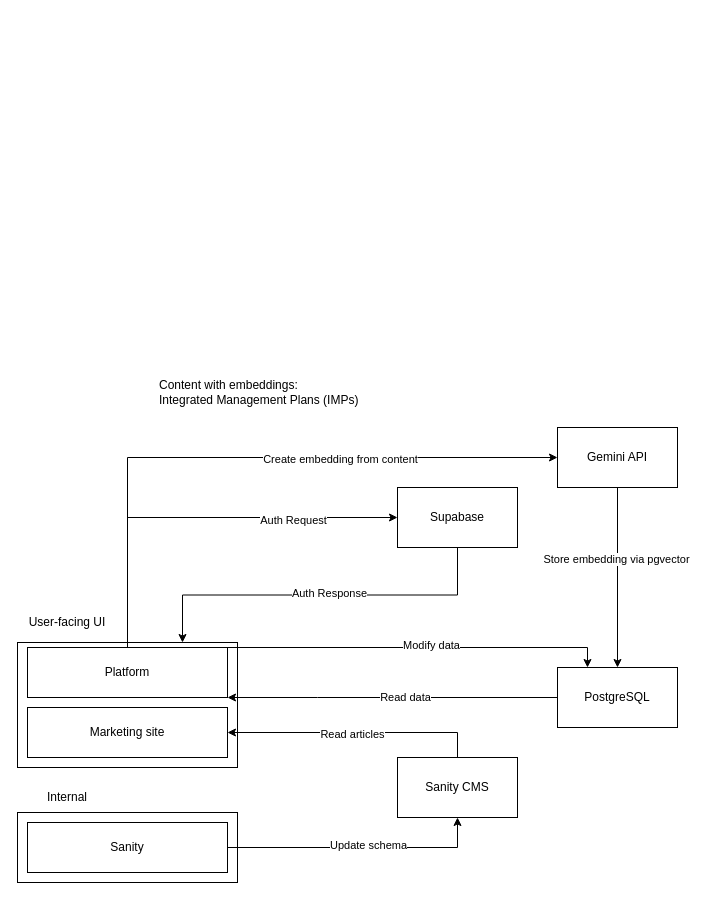
Before: diagrams/architecture.drawio in toddagriscience/nightcrawler, a draw.io diagram. Source tidied: cells renumbered, new cells numbered last; positions are measured from the earlier drawing's top-left corner, leaving out a move shared by most shapes. Both pictures are drawn from the tidied source at 100%, with x=0, y=0 at pixel (17, 377).
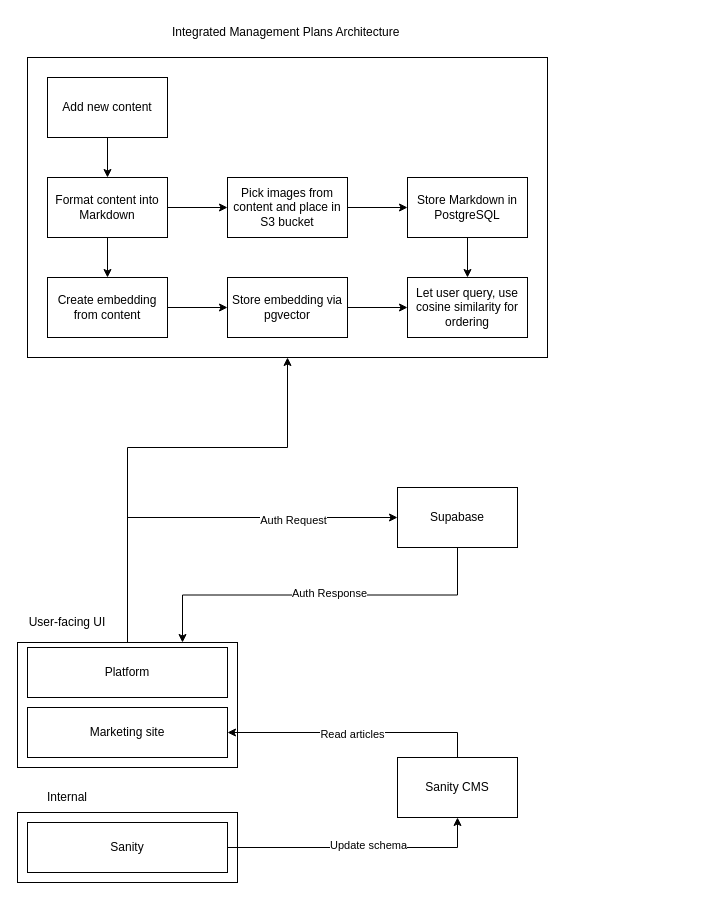
Above is the later version.

Commit message:
chore: updated architecture diagram

Unchanged cells that the change refers to:
```xml
<mxCell id="4" style="rounded=0;whiteSpace=wrap;html=1;" parent="1" vertex="1">
  <mxGeometry y="265" width="220" height="125" as="geometry" />
</mxCell>
<mxCell id="10" value="Platform" style="rounded=0;whiteSpace=wrap;html=1;" parent="1" vertex="1">
  <mxGeometry x="10" y="270" width="200" height="50" as="geometry" />
</mxCell>
```

Change to the diagram source:
```diff
@@
+    <mxCell id="30" style="rounded=0;whiteSpace=wrap;html=1;" parent="1" vertex="1">
+      <mxGeometry x="10" y="-320" width="520" height="300" as="geometry" />
+    </mxCell>
@@
+    <mxCell id="31" style="edgeStyle=orthogonalEdgeStyle;rounded=0;jettySize=auto;html=1;exitX=0.5;exitY=0;exitDx=0;exitDy=0;entryX=0.5;entryY=1;entryDx=0;entryDy=0;" parent="1" edge="1" source="4" target="30">
+      <mxGeometry relative="1" as="geometry">
+        <Array as="points">
+          <mxPoint x="110" y="70" />
+          <mxPoint x="270" y="70" />
+        </Array>
+      </mxGeometry>
+    </mxCell>
@@
-    <mxCell id="6" style="edgeStyle=orthogonalEdgeStyle;rounded=0;jettySize=auto;html=1;exitX=1;exitY=0;exitDx=0;exitDy=0;entryX=0;entryY=0.5;entryDx=0;entryDy=0;" parent="1" edge="1" target="27">
-      <mxGeometry relative="1" as="geometry">
-        <mxPoint x="90" y="270" as="sourcePoint" />
-        <Array as="points">
-          <mxPoint x="110" y="270" />
-          <mxPoint x="110" y="80" />
-        </Array>
-      </mxGeometry>
-    </mxCell>
-    <mxCell id="7" value="Create embedding from content" style="edgeLabel;html=1;align=center;verticalAlign=middle;points=[];" parent="6" vertex="1">
-      <mxGeometry x="0.32" y="-1" relative="1" as="geometry" />
-    </mxCell>
-    <mxCell id="8" style="edgeStyle=orthogonalEdgeStyle;rounded=0;jettySize=auto;html=1;exitX=1;exitY=0;exitDx=0;exitDy=0;entryX=0.25;entryY=0;entryDx=0;entryDy=0;" parent="1" edge="1" source="10" target="16">
-      <mxGeometry relative="1" as="geometry">
-        <Array as="points">
-          <mxPoint x="570" y="270" />
-        </Array>
-      </mxGeometry>
-    </mxCell>
-    <mxCell id="9" value="Modify data" style="edgeLabel;html=1;align=center;verticalAlign=middle;" parent="8" vertex="1">
-      <mxGeometry x="0.07" y="3" relative="1" as="geometry" />
-    </mxCell>
@@
-    <mxCell id="14" style="edgeStyle=orthogonalEdgeStyle;rounded=0;jettySize=auto;html=1;exitX=0;exitY=0.5;exitDx=0;exitDy=0;entryX=1;entryY=1;entryDx=0;entryDy=0;" parent="1" edge="1" source="16" target="10">
-      <mxGeometry relative="1" as="geometry">
-        <Array as="points">
-          <mxPoint x="300" y="320" />
-          <mxPoint x="300" y="320" />
-        </Array>
-      </mxGeometry>
-    </mxCell>
-    <mxCell id="15" value="Read data" style="edgeLabel;html=1;align=center;verticalAlign=middle;" parent="14" vertex="1">
-      <mxGeometry x="-0.07" y="-1" relative="1" as="geometry" />
-    </mxCell>
+    <mxCell id="32" style="edgeStyle=orthogonalEdgeStyle;rounded=0;jettySize=auto;html=1;" parent="1" edge="1" source="16" target="43">
+      <mxGeometry relative="1" as="geometry" />
+    </mxCell>
-    <mxCell id="16" value="PostgreSQL" style="rounded=0;whiteSpace=wrap;html=1;" parent="1" vertex="1">
-      <mxGeometry x="540" y="290" width="120" height="60" as="geometry" />
+    <mxCell id="16" value="Store embedding via pgvector" style="rounded=0;whiteSpace=wrap;html=1;" parent="1" vertex="1">
+      <mxGeometry x="210" y="-100" width="120" height="60" as="geometry" />
     </mxCell>
@@
-    <mxCell id="25" style="edgeStyle=orthogonalEdgeStyle;rounded=0;jettySize=auto;html=1;entryX=0.5;entryY=0;entryDx=0;entryDy=0;" parent="1" edge="1" source="27" target="16">
-      <mxGeometry relative="1" as="geometry" />
-    </mxCell>
-    <mxCell id="26" value="Store embedding via pgvector" style="edgeLabel;html=1;align=center;verticalAlign=middle;" parent="25" vertex="1">
-      <mxGeometry x="-0.21" y="-2" relative="1" as="geometry" />
-    </mxCell>
-    <mxCell id="27" value="Gemini API" style="rounded=0;whiteSpace=wrap;html=1;" parent="1" vertex="1">
-      <mxGeometry x="540" y="50" width="120" height="60" as="geometry" />
-    </mxCell>
@@
-    <mxCell id="29" value="&lt;div&gt;Content with embeddings:&lt;/div&gt;Integrated Management Plans (IMPs)" style="text;html=1;whiteSpace=wrap;strokeColor=none;fillColor=none;align=left;verticalAlign=middle;rounded=0;" parent="1" vertex="1">
-      <mxGeometry x="140" width="210" height="30" as="geometry" />
+    <mxCell id="29" value="&lt;div&gt;Integrated Management Plans Architecture&lt;/div&gt;" style="text;html=1;whiteSpace=wrap;strokeColor=none;fillColor=none;align=left;verticalAlign=middle;rounded=0;" parent="1" vertex="1">
+      <mxGeometry x="152.5" y="-360" width="235" height="30" as="geometry" />
     </mxCell>
+    <mxCell id="33" style="edgeStyle=orthogonalEdgeStyle;rounded=0;jettySize=auto;html=1;" parent="1" edge="1" source="34" target="42">
+      <mxGeometry relative="1" as="geometry" />
+    </mxCell>
+    <mxCell id="34" value="Pick images from content and place in S3 bucket" style="rounded=0;whiteSpace=wrap;html=1;" parent="1" vertex="1">
+      <mxGeometry x="210" y="-200" width="120" height="60" as="geometry" />
+    </mxCell>
+    <mxCell id="35" style="edgeStyle=orthogonalEdgeStyle;rounded=0;jettySize=auto;html=1;" parent="1" edge="1" source="37" target="7">
+      <mxGeometry relative="1" as="geometry" />
+    </mxCell>
+    <mxCell id="36" style="edgeStyle=orthogonalEdgeStyle;rounded=0;jettySize=auto;html=1;" parent="1" edge="1" source="37" target="34">
+      <mxGeometry relative="1" as="geometry" />
+    </mxCell>
+    <mxCell id="37" value="Format content into Markdown" style="rounded=0;whiteSpace=wrap;html=1;" parent="1" vertex="1">
+      <mxGeometry x="30" y="-200" width="120" height="60" as="geometry" />
+    </mxCell>
+    <mxCell id="38" style="edgeStyle=orthogonalEdgeStyle;rounded=0;jettySize=auto;html=1;" parent="1" edge="1" source="7" target="16">
+      <mxGeometry relative="1" as="geometry" />
+    </mxCell>
+    <mxCell id="7" value="Create embedding from content" style="rounded=0;whiteSpace=wrap;html=1;" parent="1" vertex="1">
+      <mxGeometry x="30" y="-100" width="120" height="60" as="geometry" />
+    </mxCell>
+    <mxCell id="39" style="edgeStyle=orthogonalEdgeStyle;rounded=0;jettySize=auto;html=1;" parent="1" edge="1" source="40" target="37">
+      <mxGeometry relative="1" as="geometry" />
+    </mxCell>
+    <mxCell id="40" value="Add new content" style="rounded=0;whiteSpace=wrap;html=1;" parent="1" vertex="1">
+      <mxGeometry x="30" y="-300" width="120" height="60" as="geometry" />
+    </mxCell>
+    <mxCell id="41" style="edgeStyle=orthogonalEdgeStyle;rounded=0;jettySize=auto;html=1;" parent="1" edge="1" source="42" target="43">
+      <mxGeometry relative="1" as="geometry" />
+    </mxCell>
+    <mxCell id="42" value="Store Markdown in PostgreSQL" style="rounded=0;whiteSpace=wrap;html=1;" parent="1" vertex="1">
+      <mxGeometry x="390" y="-200" width="120" height="60" as="geometry" />
+    </mxCell>
+    <mxCell id="43" value="Let user query, use cosine similarity for ordering" style="rounded=0;whiteSpace=wrap;html=1;" parent="1" vertex="1">
+      <mxGeometry x="390" y="-100" width="120" height="60" as="geometry" />
+    </mxCell>
```
